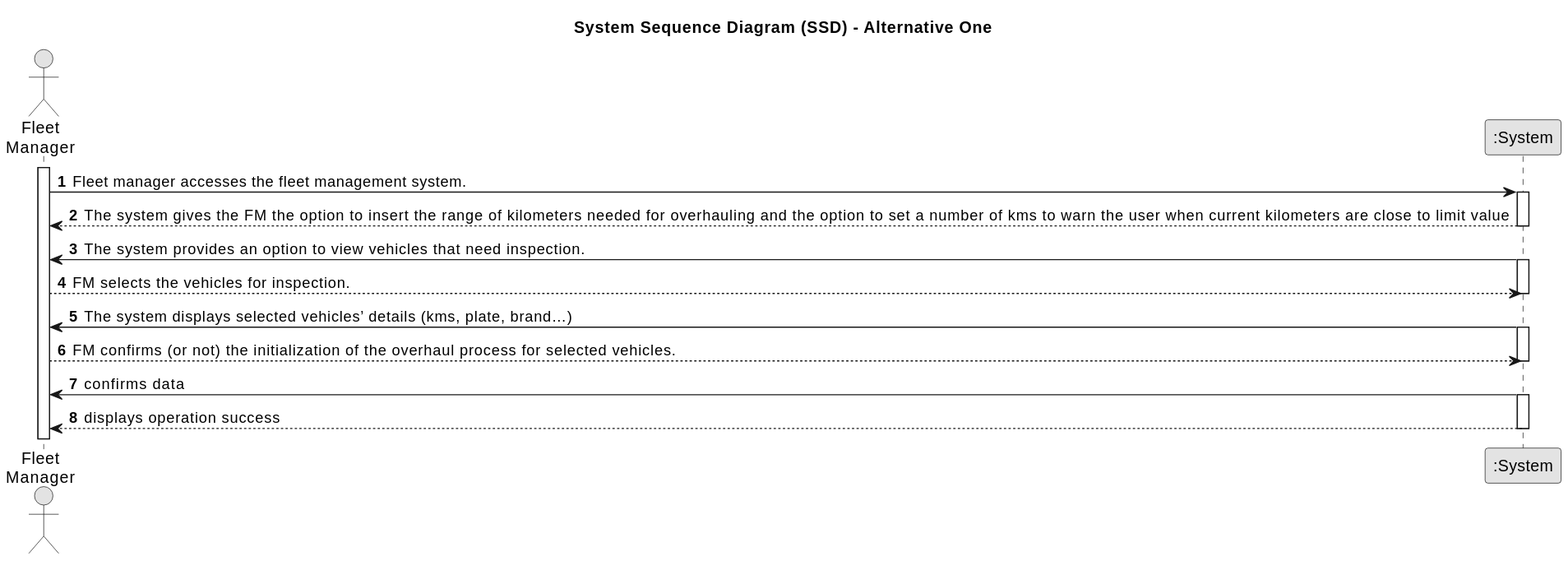
The PlantUML diagram docs/sprintA/us008/01.requirements-engineering/svg/us008-system-sequence-diagram-alternative-one-System_Sequence_Diagram__SSD____Alternative_One.svg in SAEmanuel/Green_Spaces_Management_ISEP, before a commit.
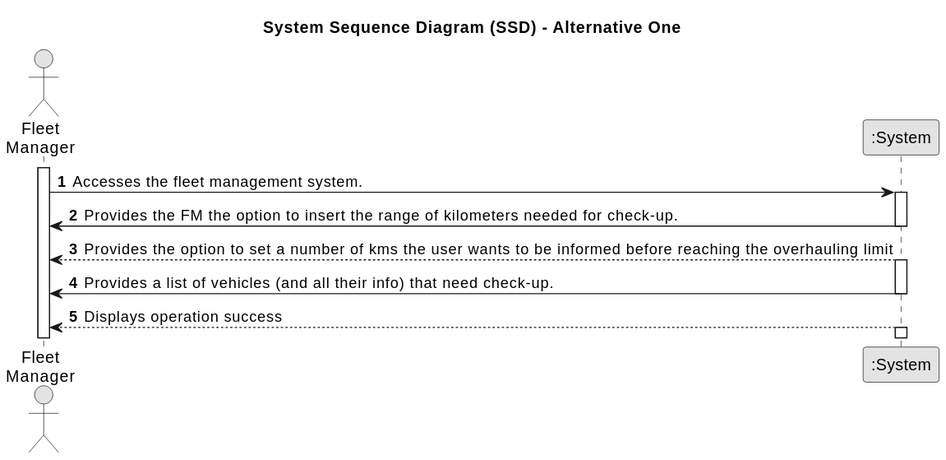
Above is the later version.

Commit message:
US008 - Version 4 SVG file update 1.2: Customer Specifications and Clarifications 1.5: Input and Output Data -> Typed data

Diff of the diagram source:
```diff
@@ -12,27 +12,18 @@
 
 activate FM
 
-    FM -> System : Fleet manager accesses the fleet management system.
+    FM -> System : Accesses the fleet management system.
     activate System
 
-        System --> FM : The system gives the FM the option to insert the range of kilometers needed for overhauling and the option to set a number of kms to warn the user when current kilometers are close to limit value
+    System -> FM : Provides the FM the option to insert the range of kilometers needed for check-up.
+        deactivate System
+
+        System --> FM : Provides the option to set a number of kms the user wants to be informed before reaching the overhauling limit
+    activate System
+
+    System -> FM : Provides a list of vehicles (and all their info) that need check-up.
     deactivate System
 
-    System -> FM : The system provides an option to view vehicles that need inspection.
+        System --> FM : Displays operation success
     activate System
-
-        FM --> System : FM selects the vehicles for inspection.
-    deactivate System
-
-    System -> FM : The system displays selected vehicles’ details (kms, plate, brand…)
-    activate System
-
-        FM --> System : FM confirms (or not) the initialization of the overhaul process for selected vehicles.
-    deactivate System
-
-    System -> FM : confirms data
-    activate System
-
-        System --> FM : displays operation success
-    deactivate System
 @enduml
```
